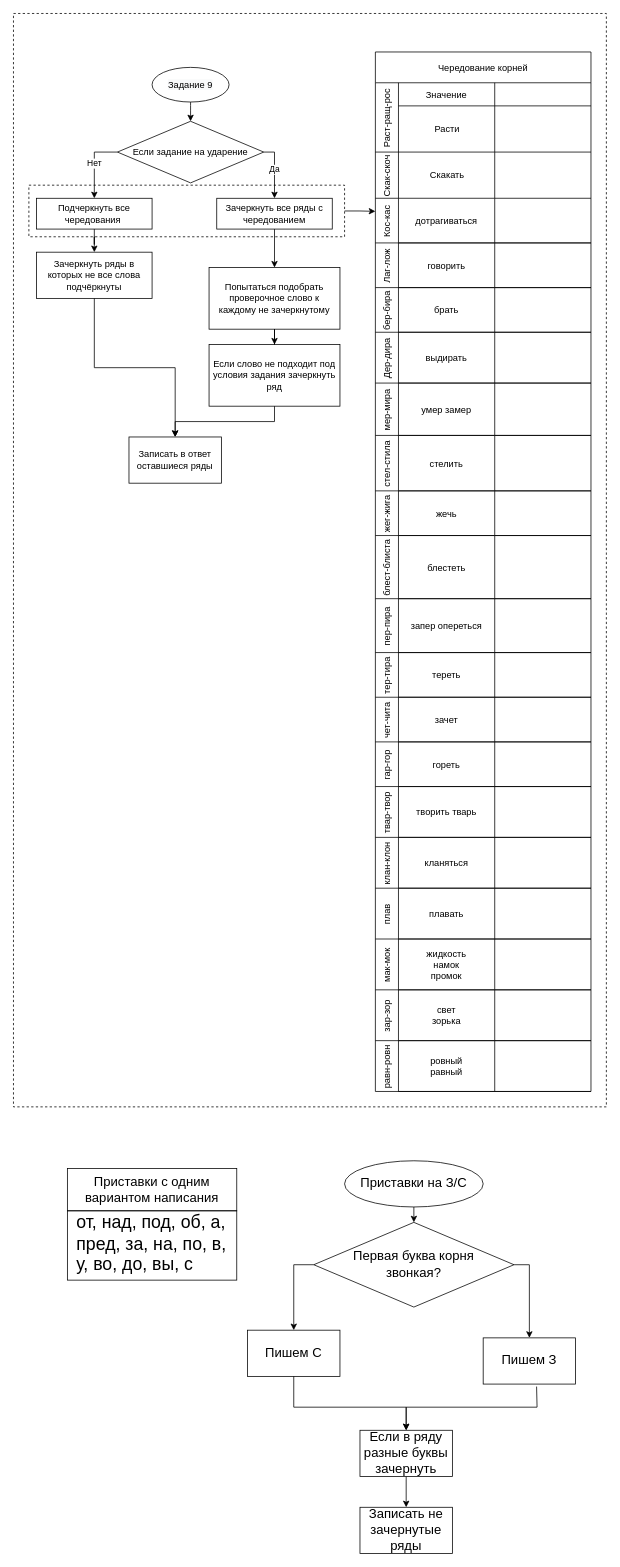
The draw.io diagram Untitled Diagram.drawio in asdcxfrt/EgeRusAlgorithms, before the edit. Source tidied: cells renumbered, new cells numbered last; positions are measured from the earlier drawing's top-left corner, leaving out a move shared by most shapes. Both pictures are drawn from the tidied source at 77%, with x=0, y=0 at pixel (13, 13).
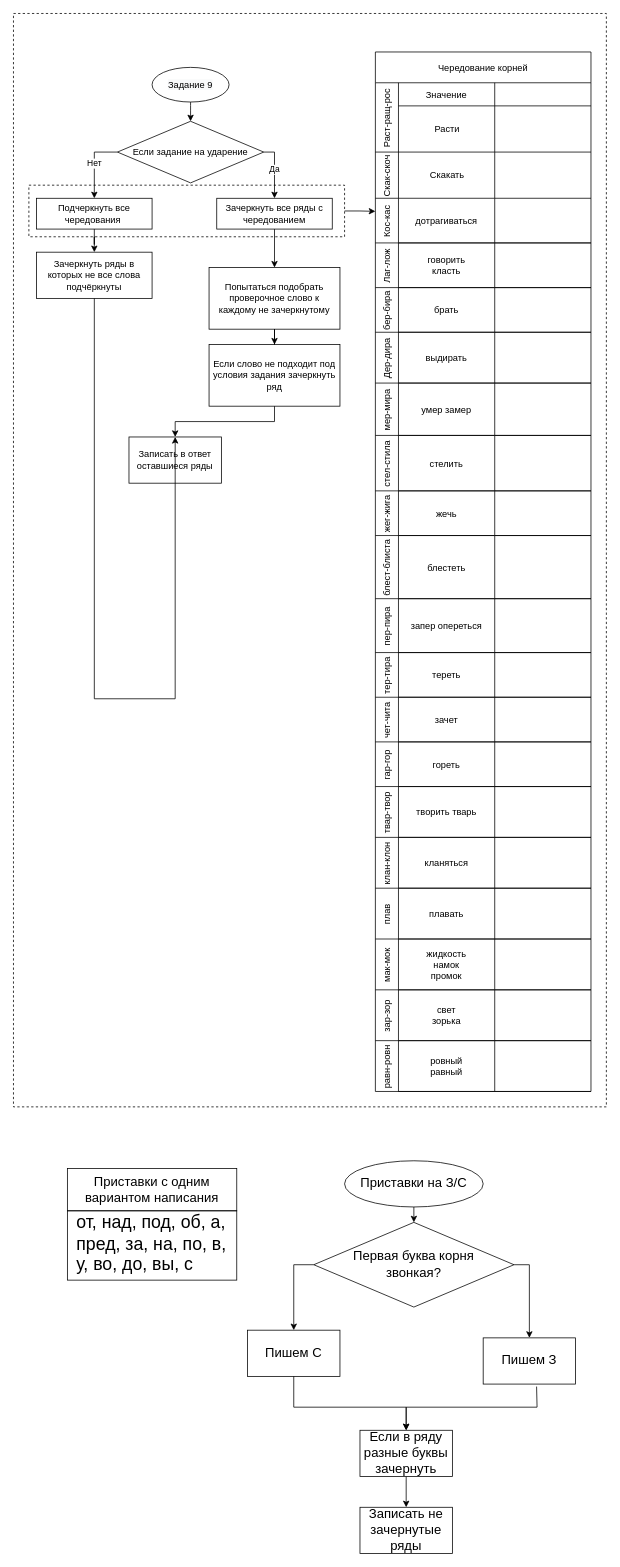
The same diagram, later.

The change refers to these unchanged cells:
```xml
<mxCell id="19" value="Лаг-лож" style="swimlane;horizontal=0;swimlaneHead=0;swimlaneBody=0;fontStyle=0;fillColor=none;startSize=30;" parent="7" vertex="1">
  <mxGeometry y="248" width="280" height="58" as="geometry" />
</mxCell>
<mxCell id="78" value="Зачеркнуть ряды в которых не все слова подчёркнуты" style="rounded=0;whiteSpace=wrap;html=1;fillColor=none;" parent="1" vertex="1">
  <mxGeometry x="30" y="310" width="150" height="60" as="geometry" />
</mxCell>
<mxCell id="83" value="Записать в ответ оставшиеся ряды" style="rounded=0;whiteSpace=wrap;html=1;fillColor=none;" parent="1" vertex="1">
  <mxGeometry x="150" y="550" width="120" height="60" as="geometry" />
</mxCell>
```

Change to the diagram source:
```diff
@@
-    <mxCell id="20" value="говорить" style="swimlane;swimlaneHead=0;swimlaneBody=0;fontStyle=0;fillColor=none;startSize=58;" parent="19" vertex="1">
+    <mxCell id="20" value="говорить&#10;класть" style="swimlane;swimlaneHead=0;swimlaneBody=0;fontStyle=0;fillColor=none;startSize=58;" parent="19" vertex="1">
       <mxGeometry x="30" width="125" height="58" as="geometry" />
     </mxCell>
@@
     <mxCell id="77" style="edgeStyle=orthogonalEdgeStyle;rounded=0;jettySize=auto;html=1;entryX=0.5;entryY=0;entryDx=0;entryDy=0;startArrow=none;startFill=0;endArrow=classic;endFill=1;" parent="1" edge="1" source="78" target="83">
-      <mxGeometry relative="1" as="geometry" />
+      <mxGeometry relative="1" as="geometry">
+        <Array as="points">
+          <mxPoint x="105" y="890" />
+          <mxPoint x="210" y="890" />
+        </Array>
+      </mxGeometry>
     </mxCell>
```
